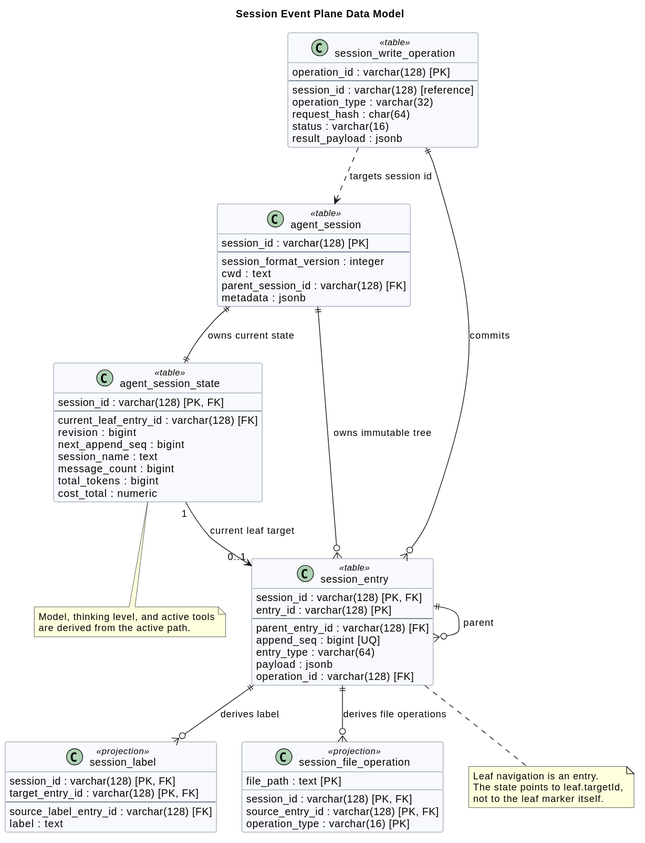
Before: diagrams/memory/memory-data-model.svg, a diagram exported from PlantUML (superheromeZzh/pi-mono-java-design).
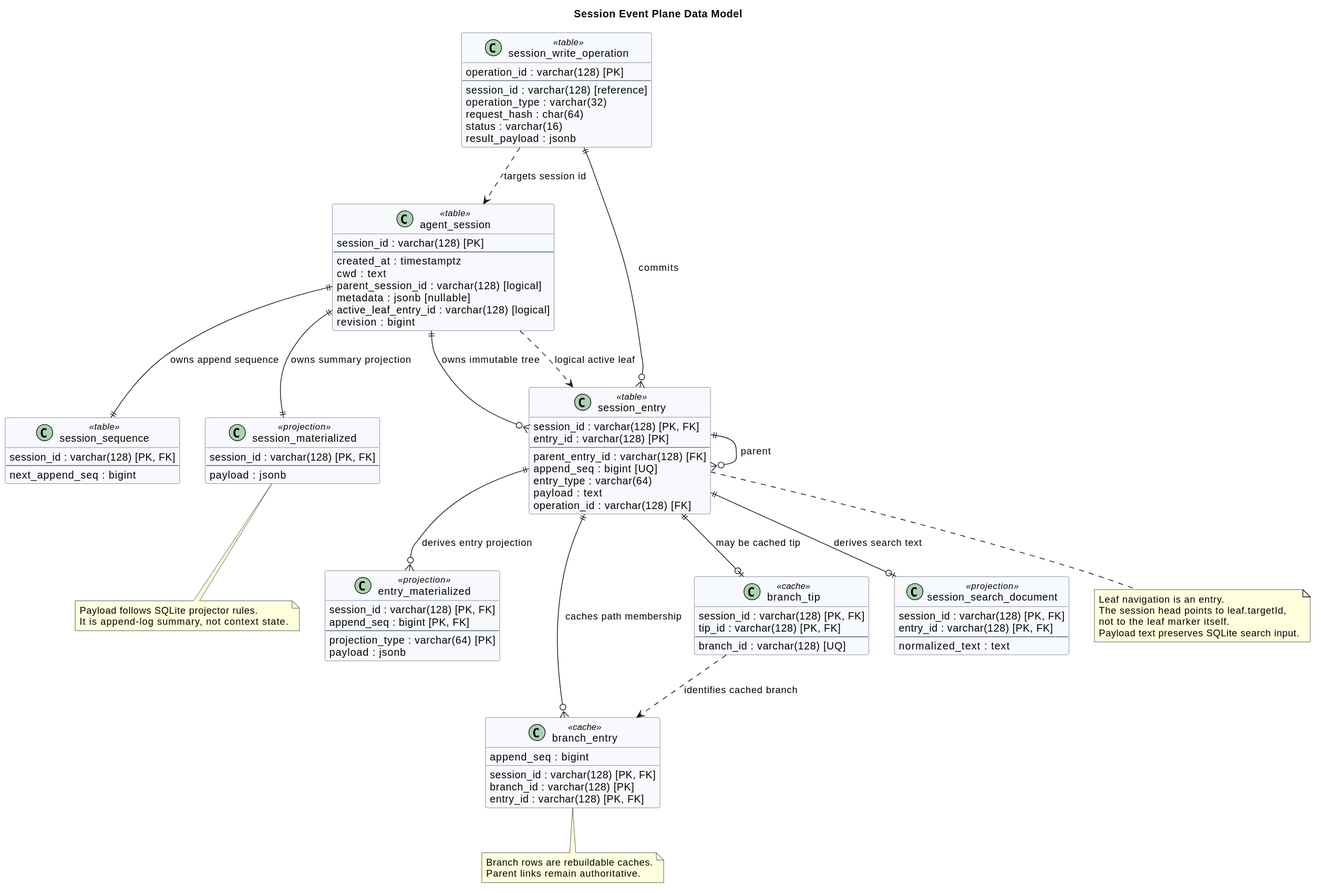
The same diagram one commit later.

Commit message:
docs(memory): align GaussDB design with SQLite

Diff of the diagram source:
```diff
@@ -12,22 +12,24 @@
 class "agent_session" as agent_session <<table>> {
   session_id : varchar(128) [PK]
   --
-  session_format_version : integer
+  created_at : timestamptz
   cwd : text
-  parent_session_id : varchar(128) [FK]
-  metadata : jsonb
+  parent_session_id : varchar(128) [logical]
+  metadata : jsonb [nullable]
+  active_leaf_entry_id : varchar(128) [logical]
+  revision : bigint
 }
 
-class "agent_session_state" as session_state <<table>> {
+class "session_sequence" as session_sequence <<table>> {
   session_id : varchar(128) [PK, FK]
   --
-  current_leaf_entry_id : varchar(128) [FK]
-  revision : bigint
   next_append_seq : bigint
-  session_name : text
-  message_count : bigint
-  total_tokens : bigint
-  cost_total : numeric
+}
+
+class "session_materialized" as session_materialized <<projection>> {
+  session_id : varchar(128) [PK, FK]
+  --
+  payload : jsonb
 }
 
 class "session_entry" as session_entry <<table>> {
@@ -37,7 +39,7 @@
   parent_entry_id : varchar(128) [FK]
   append_seq : bigint [UQ]
   entry_type : varchar(64)
-  payload : jsonb
+  payload : text
   operation_id : varchar(128) [FK]
 }
 
@@ -51,38 +53,62 @@
   result_payload : jsonb
 }
 
-class "session_label" as session_label <<projection>> {
+class "entry_materialized" as entry_materialized <<projection>> {
   session_id : varchar(128) [PK, FK]
-  target_entry_id : varchar(128) [PK, FK]
+  append_seq : bigint [PK, FK]
   --
-  source_label_entry_id : varchar(128) [FK]
-  label : text
+  projection_type : varchar(64) [PK]
+  payload : jsonb
 }
 
-class "session_file_operation" as file_operation <<projection>> {
+class "branch_entry" as branch_entry <<cache>> {
   session_id : varchar(128) [PK, FK]
-  source_entry_id : varchar(128) [PK, FK]
-  operation_type : varchar(16) [PK]
-  file_path : text [PK]
+  branch_id : varchar(128) [PK]
+  entry_id : varchar(128) [PK, FK]
+  append_seq : bigint
 }
 
-agent_session ||--|| session_state : owns current state
+class "branch_tip" as branch_tip <<cache>> {
+  session_id : varchar(128) [PK, FK]
+  tip_id : varchar(128) [PK, FK]
+  --
+  branch_id : varchar(128) [UQ]
+}
+
+class "session_search_document" as search_document <<projection>> {
+  session_id : varchar(128) [PK, FK]
+  entry_id : varchar(128) [PK, FK]
+  --
+  normalized_text : text
+}
+
+agent_session ||--|| session_sequence : owns append sequence
+agent_session ||--|| session_materialized : owns summary projection
 agent_session ||--o{ session_entry : owns immutable tree
 write_operation ..> agent_session : targets session id
 session_entry ||--o{ session_entry : parent
 write_operation ||--o{ session_entry : commits
-session_entry ||--o{ session_label : derives label
-session_entry ||--o{ file_operation : derives file operations
-session_state "1" --> "0..1" session_entry : current leaf target
+session_entry ||--o{ entry_materialized : derives entry projection
+session_entry ||--o{ branch_entry : caches path membership
+session_entry ||--o| branch_tip : may be cached tip
+session_entry ||--o| search_document : derives search text
+branch_tip ..> branch_entry : identifies cached branch
+agent_session ..> session_entry : logical active leaf
 
 note bottom of session_entry
 Leaf navigation is an entry.
-The state points to leaf.targetId,
+The session head points to leaf.targetId,
 not to the leaf marker itself.
+Payload text preserves SQLite search input.
 end note
 
-note bottom of session_state
-Model, thinking level, and active tools
-are derived from the active path.
+note bottom of branch_entry
+Branch rows are rebuildable caches.
+Parent links remain authoritative.
+end note
+
+note bottom of session_materialized
+Payload follows SQLite projector rules.
+It is append-log summary, not context state.
 end note
 @enduml
```
